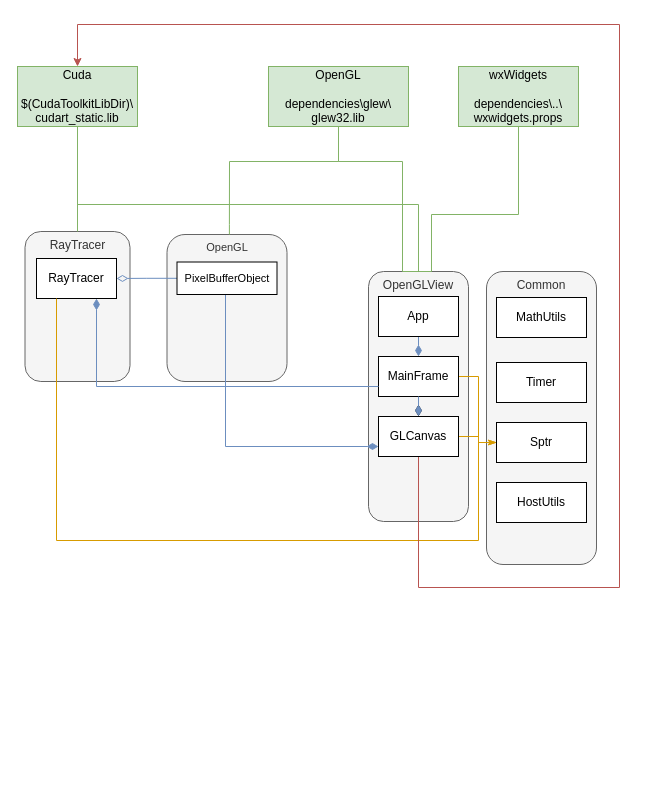
ipilter/RayTracerTest keeps this draw.io diagram as Documentation/design.drawio. Above is the earlier version. Source tidied: cells renumbered, new cells numbered last; positions are measured from the earlier drawing's top-left corner, leaving out a move shared by most shapes. Both pictures are drawn from the tidied source at 100%, with x=0, y=0 at pixel (17, 24).
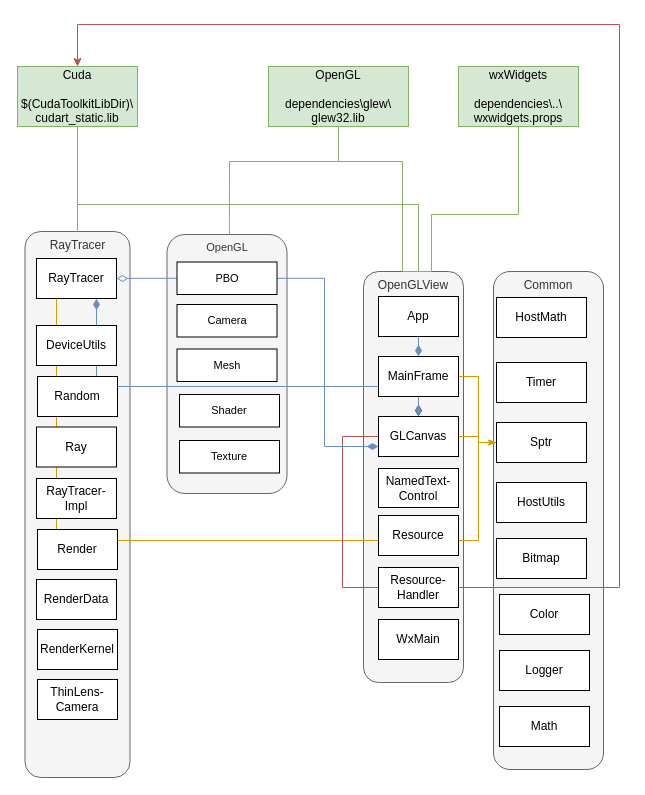
Above is the later version.

Unchanged cells that the change refers to:
```xml
<mxCell id="8" value="Cuda&lt;br&gt;&lt;br&gt;$(CudaToolkitLibDir)\&lt;br&gt;cudart_static.lib" style="rounded=0;align=center;whiteSpace=wrap;html=1;fillColor=#d5e8d4;strokeColor=#82b366;" parent="1" vertex="1">
  <mxGeometry y="42" width="120" height="60" as="geometry" />
</mxCell>
<mxCell id="25" value="GLCanvas" style="rounded=0;whiteSpace=wrap;html=1;fillColor=#FFFFFF;strokeColor=default;" parent="1" vertex="1">
  <mxGeometry x="361" y="392" width="80" height="40" as="geometry" />
</mxCell>
```

Change to the diagram source:
```diff
@@
     <mxCell id="2" value="OpenGL" style="rounded=1;whiteSpace=wrap;html=1;fontFamily=Helvetica;fontSize=11;fontColor=#333333;verticalAlign=top;fillColor=#f5f5f5;strokeColor=#666666;" parent="1" vertex="1">
-      <mxGeometry x="149.5" y="210" width="120" height="147" as="geometry" />
+      <mxGeometry x="149.5" y="210" width="120" height="259" as="geometry" />
     </mxCell>
     <mxCell id="3" value="RayTracer" style="rounded=1;whiteSpace=wrap;html=1;verticalAlign=top;fillColor=#f5f5f5;fontColor=#333333;strokeColor=#666666;" parent="1" vertex="1">
-      <mxGeometry x="7.5" y="207" width="105" height="150" as="geometry" />
+      <mxGeometry x="7.5" y="207" width="105" height="546" as="geometry" />
     </mxCell>
     <mxCell id="4" value="Common" style="rounded=1;whiteSpace=wrap;html=1;align=center;verticalAlign=top;fillColor=#f5f5f5;fontColor=#333333;strokeColor=#666666;" parent="1" vertex="1">
-      <mxGeometry x="469" y="247" width="110" height="293" as="geometry" />
+      <mxGeometry x="476" y="247" width="110" height="498" as="geometry" />
     </mxCell>
     <mxCell id="5" value="OpenGLView" style="rounded=1;whiteSpace=wrap;html=1;verticalAlign=top;fillColor=#f5f5f5;fontColor=#333333;strokeColor=#666666;" parent="1" vertex="1">
-      <mxGeometry x="351" y="247" width="100" height="250" as="geometry" />
+      <mxGeometry x="346" y="247" width="100" height="411" as="geometry" />
     </mxCell>
@@
-    <mxCell id="13" value="MathUtils" style="rounded=0;whiteSpace=wrap;html=1;" parent="1" vertex="1">
+    <mxCell id="13" value="HostMath" style="rounded=0;whiteSpace=wrap;html=1;" parent="1" vertex="1">
       <mxGeometry x="479" y="273" width="90" height="40" as="geometry" />
     </mxCell>
@@
     <mxCell id="24" style="edgeStyle=orthogonalEdgeStyle;rounded=0;jettySize=auto;html=1;entryX=0.5;entryY=0;entryDx=0;entryDy=0;fillColor=#f8cecc;strokeColor=#b85450;" parent="1" edge="1" source="25" target="8">
       <mxGeometry relative="1" as="geometry">
         <Array as="points">
-          <mxPoint x="401" y="563" />
+          <mxPoint x="325" y="412" />
+          <mxPoint x="325" y="563" />
           <mxPoint x="602" y="563" />
           <mxPoint x="602" />
           <mxPoint x="60" />
         </Array>
       </mxGeometry>
     </mxCell>
@@
     <mxCell id="28" style="edgeStyle=orthogonalEdgeStyle;shape=connector;rounded=0;jettySize=auto;html=1;entryX=0;entryY=0.75;entryDx=0;entryDy=0;labelBackgroundColor=default;strokeColor=#6c8ebf;fontFamily=Helvetica;fontSize=11;fontColor=default;startArrow=none;startFill=0;endArrow=diamondThin;endFill=1;endSize=9;fillColor=#dae8fc;" parent="1" edge="1" source="30" target="25">
       <mxGeometry relative="1" as="geometry">
         <Array as="points">
-          <mxPoint x="208" y="422" />
+          <mxPoint x="307" y="254" />
+          <mxPoint x="307" y="422" />
         </Array>
       </mxGeometry>
     </mxCell>
@@
-    <mxCell id="30" value="PixelBufferObject" style="rounded=0;whiteSpace=wrap;html=1;fontFamily=Helvetica;fontSize=11;fontColor=default;" parent="1" vertex="1">
+    <mxCell id="30" value="PBO" style="rounded=0;whiteSpace=wrap;html=1;fontFamily=Helvetica;fontSize=11;fontColor=default;" parent="1" vertex="1">
       <mxGeometry x="159.5" y="237.5" width="100" height="32.5" as="geometry" />
     </mxCell>
@@
+    <mxCell id="33" value="Bitmap" style="rounded=0;whiteSpace=wrap;html=1;" parent="1" vertex="1">
+      <mxGeometry x="479" y="514" width="90" height="40" as="geometry" />
+    </mxCell>
+    <mxCell id="34" value="Color" style="rounded=0;whiteSpace=wrap;html=1;" parent="1" vertex="1">
+      <mxGeometry x="482" y="570" width="90" height="40" as="geometry" />
+    </mxCell>
+    <mxCell id="35" value="Logger" style="rounded=0;whiteSpace=wrap;html=1;" parent="1" vertex="1">
+      <mxGeometry x="482" y="626" width="90" height="40" as="geometry" />
+    </mxCell>
+    <mxCell id="36" value="Math" style="rounded=0;whiteSpace=wrap;html=1;" parent="1" vertex="1">
+      <mxGeometry x="482" y="682" width="90" height="40" as="geometry" />
+    </mxCell>
+    <mxCell id="37" value="Camera" style="rounded=0;whiteSpace=wrap;html=1;fontFamily=Helvetica;fontSize=11;fontColor=default;" parent="1" vertex="1">
+      <mxGeometry x="159.5" y="280" width="100" height="32.5" as="geometry" />
+    </mxCell>
+    <mxCell id="38" value="Mesh" style="rounded=0;whiteSpace=wrap;html=1;fontFamily=Helvetica;fontSize=11;fontColor=default;" parent="1" vertex="1">
+      <mxGeometry x="159.5" y="324.5" width="100" height="32.5" as="geometry" />
+    </mxCell>
+    <mxCell id="39" value="Shader" style="rounded=0;whiteSpace=wrap;html=1;fontFamily=Helvetica;fontSize=11;fontColor=default;" parent="1" vertex="1">
+      <mxGeometry x="162" y="370" width="100" height="32.5" as="geometry" />
+    </mxCell>
+    <mxCell id="40" value="Texture" style="rounded=0;whiteSpace=wrap;html=1;fontFamily=Helvetica;fontSize=11;fontColor=default;" parent="1" vertex="1">
+      <mxGeometry x="162" y="416" width="100" height="32.5" as="geometry" />
+    </mxCell>
+    <mxCell id="41" value="NamedText-Control" style="rounded=0;whiteSpace=wrap;html=1;fillColor=#FFFFFF;strokeColor=default;" parent="1" vertex="1">
+      <mxGeometry x="361" y="444" width="80" height="39" as="geometry" />
+    </mxCell>
+    <mxCell id="42" value="Resource" style="rounded=0;whiteSpace=wrap;html=1;fillColor=#FFFFFF;strokeColor=default;" parent="1" vertex="1">
+      <mxGeometry x="361" y="491" width="80" height="40" as="geometry" />
+    </mxCell>
+    <mxCell id="43" value="Resource-Handler" style="rounded=0;whiteSpace=wrap;html=1;fillColor=#FFFFFF;strokeColor=default;" parent="1" vertex="1">
+      <mxGeometry x="361" y="543" width="80" height="40" as="geometry" />
+    </mxCell>
+    <mxCell id="44" value="WxMain" style="rounded=0;whiteSpace=wrap;html=1;fillColor=#FFFFFF;strokeColor=default;" parent="1" vertex="1">
+      <mxGeometry x="361" y="595" width="80" height="40" as="geometry" />
+    </mxCell>
+    <mxCell id="45" value="DeviceUtils" style="rounded=0;whiteSpace=wrap;html=1;" parent="1" vertex="1">
+      <mxGeometry x="19" y="301" width="80" height="40" as="geometry" />
+    </mxCell>
+    <mxCell id="46" value="Random" style="rounded=0;whiteSpace=wrap;html=1;" parent="1" vertex="1">
+      <mxGeometry x="20" y="352" width="80" height="40" as="geometry" />
+    </mxCell>
+    <mxCell id="47" value="Ray" style="rounded=0;whiteSpace=wrap;html=1;" parent="1" vertex="1">
+      <mxGeometry x="19" y="402.5" width="80" height="40" as="geometry" />
+    </mxCell>
+    <mxCell id="48" value="RayTracer-Impl" style="rounded=0;whiteSpace=wrap;html=1;" parent="1" vertex="1">
+      <mxGeometry x="19" y="454" width="80" height="40" as="geometry" />
+    </mxCell>
+    <mxCell id="49" value="Render" style="rounded=0;whiteSpace=wrap;html=1;" parent="1" vertex="1">
+      <mxGeometry x="20" y="505" width="80" height="40" as="geometry" />
+    </mxCell>
+    <mxCell id="50" value="RenderData" style="rounded=0;whiteSpace=wrap;html=1;" parent="1" vertex="1">
+      <mxGeometry x="19" y="555" width="80" height="40" as="geometry" />
+    </mxCell>
+    <mxCell id="51" value="RenderKernel" style="rounded=0;whiteSpace=wrap;html=1;" parent="1" vertex="1">
+      <mxGeometry x="20" y="605" width="80" height="40" as="geometry" />
+    </mxCell>
+    <mxCell id="52" value="ThinLens-Camera" style="rounded=0;whiteSpace=wrap;html=1;" parent="1" vertex="1">
+      <mxGeometry x="20" y="655" width="80" height="40" as="geometry" />
+    </mxCell>
```
